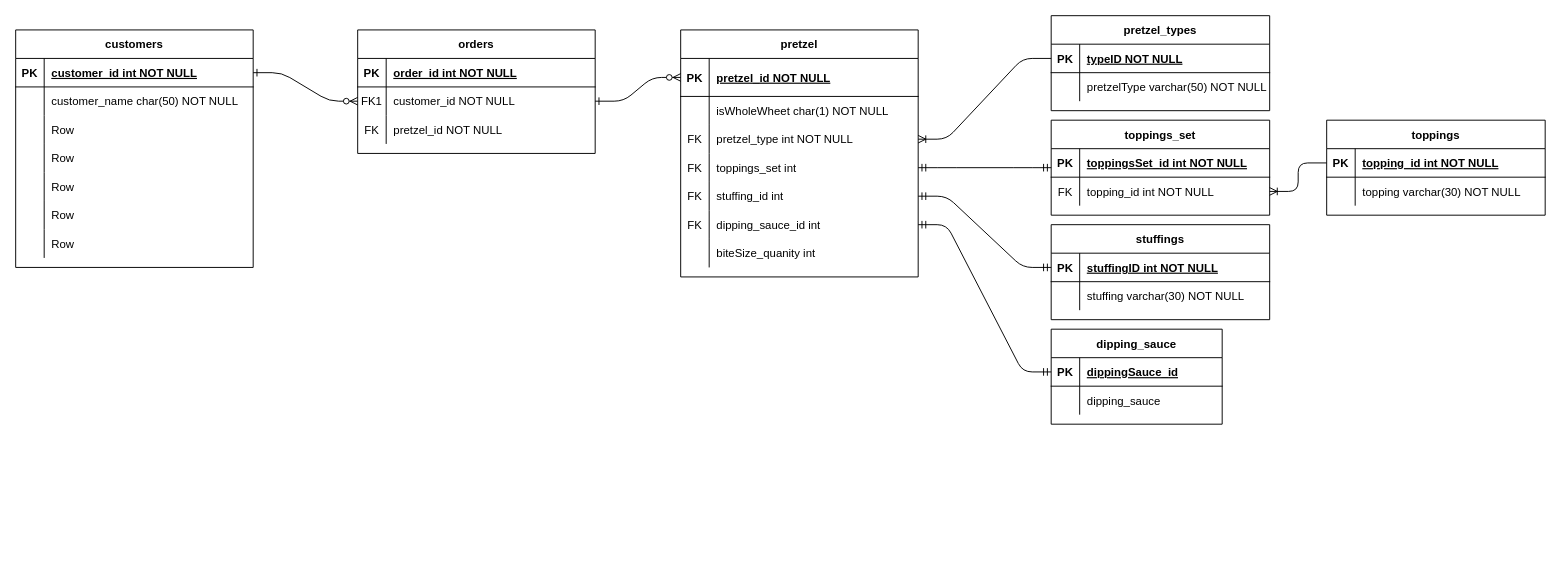
PaulB-GreenRiv/pretzels keeps this draw.io diagram as Untitled Diagram.drawio. Above is the earlier version. Source tidied: cells renumbered, new cells numbered last; positions are measured from the earlier drawing's top-left corner, leaving out a move shared by most shapes. Both pictures are drawn from the tidied source at 95%, with x=0, y=0 at pixel (15, 15).
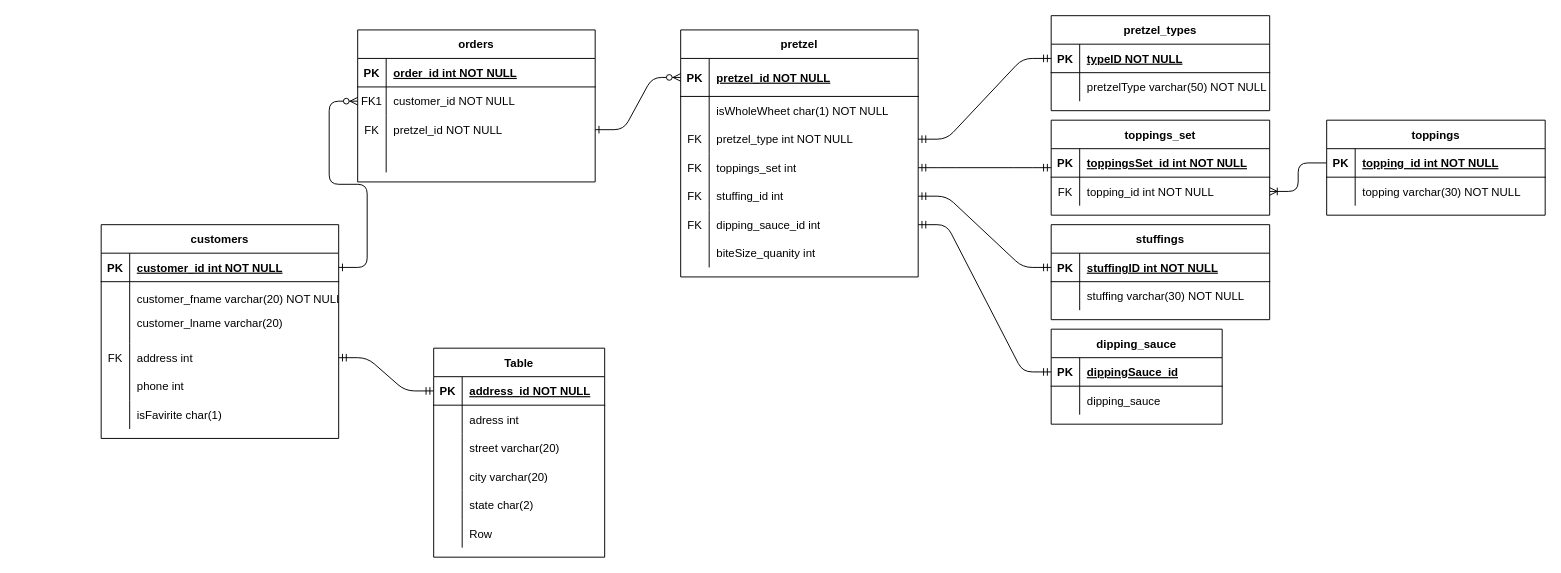
The same page after the edit.

Unchanged cells that the change refers to:
```xml
<mxCell id="8" style="shape=partialRectangle;fillColor=none;points=[[0,0.5],[1,0.5]];portConstraint=eastwest;top=0;left=0;right=0;bottom=0;" parent="4" vertex="1">
  <mxGeometry y="60" width="250" height="30" as="geometry" />
</mxCell>
<mxCell id="11" style="shape=partialRectangle;fillColor=none;points=[[0,0.5],[1,0.5]];portConstraint=eastwest;top=0;left=0;right=0;bottom=0;" parent="4" vertex="1">
  <mxGeometry y="90" width="250" height="30" as="geometry" />
</mxCell>
<mxCell id="15" style="shape=partialRectangle;fillColor=none;points=[[0,0.5],[1,0.5]];portConstraint=eastwest;top=0;left=0;right=0;bottom=1;" parent="14" vertex="1">
  <mxGeometry y="30" width="250" height="40" as="geometry" />
</mxCell>
<mxCell id="21" style="shape=partialRectangle;fillColor=none;points=[[0,0.5],[1,0.5]];portConstraint=eastwest;top=0;left=0;right=0;bottom=0;" parent="14" vertex="1">
  <mxGeometry y="100" width="250" height="30" as="geometry" />
</mxCell>
<mxCell id="59" style="shape=partialRectangle;fillColor=none;top=0;left=0;bottom=1;right=0;points=[[0,0.5],[1,0.5]];portConstraint=eastwest;" parent="58" vertex="1">
  <mxGeometry y="30" width="230" height="30" as="geometry" />
</mxCell>
```

The edit, as a diff of the source:
```diff
@@
-    <mxCell id="3" style="edgeStyle=entityRelationEdgeStyle;endArrow=ERzeroToMany;startArrow=ERone;endFill=1;startFill=0;" parent="1" edge="1" source="8" target="15">
+    <mxCell id="3" style="edgeStyle=entityRelationEdgeStyle;endArrow=ERzeroToMany;startArrow=ERone;endFill=1;startFill=0;" parent="1" edge="1" source="11" target="15">
       <mxGeometry relative="1" as="geometry" />
     </mxCell>
     <mxCell id="4" value="orders" style="shape=table;startSize=30;childLayout=tableLayout;rowLines=0;fontStyle=1;align=center;" parent="1" vertex="1">
-      <mxGeometry x="360" y="15" width="250" height="130" as="geometry" />
+      <mxGeometry x="360" y="15" width="250" height="160" as="geometry" />
     </mxCell>
@@
+    <mxCell id="98" style="shape=partialRectangle;fillColor=none;top=0;left=0;bottom=0;right=0;" parent="4" vertex="1">
+      <mxGeometry y="120" width="250" height="30" as="geometry" />
+    </mxCell>
+    <mxCell id="99" style="shape=partialRectangle;fillColor=none;top=0;left=0;bottom=0;right=0;overflow=hidden;" parent="98" vertex="1">
+      <mxGeometry width="30" height="30" as="geometry" />
+    </mxCell>
+    <mxCell id="100" style="shape=partialRectangle;fillColor=none;top=0;left=0;bottom=0;right=0;align=left;spacingLeft=6;overflow=hidden;" parent="98" vertex="1">
+      <mxGeometry x="30" width="220" height="30" as="geometry" />
+    </mxCell>
@@
     <mxCell id="36" value="customers" style="shape=table;startSize=30;childLayout=tableLayout;rowLines=0;fontStyle=1;align=center;" parent="1" vertex="1">
-      <mxGeometry y="15" width="250" height="250" as="geometry" />
+      <mxGeometry x="90" y="220" width="250" height="225" as="geometry" />
     </mxCell>
@@
     <mxCell id="40" style="shape=partialRectangle;fillColor=none;top=0;left=0;right=0;bottom=0;" parent="36" vertex="1">
-      <mxGeometry y="60" width="250" height="30" as="geometry" />
+      <mxGeometry y="60" width="250" height="35" as="geometry" />
     </mxCell>
     <mxCell id="41" style="shape=partialRectangle;overflow=hidden;fillColor=none;top=0;left=0;bottom=0;right=0;" parent="40" vertex="1">
-      <mxGeometry width="30" height="30" as="geometry" />
+      <mxGeometry width="30" height="35" as="geometry" />
     </mxCell>
-    <mxCell id="42" value="customer_name char(50) NOT NULL" style="shape=partialRectangle;overflow=hidden;fillColor=none;top=0;left=0;bottom=0;right=0;align=left;spacingLeft=6;" parent="40" vertex="1">
-      <mxGeometry x="30" width="220" height="30" as="geometry" />
+    <mxCell id="42" value="customer_fname varchar(20) NOT NULL" style="shape=partialRectangle;overflow=hidden;fillColor=none;top=0;left=0;bottom=0;right=0;align=left;spacingLeft=6;" parent="40" vertex="1">
+      <mxGeometry x="30" width="220" height="35" as="geometry" />
     </mxCell>
     <mxCell id="43" style="shape=partialRectangle;fillColor=none;top=0;left=0;bottom=0;right=0;" parent="36" vertex="1">
-      <mxGeometry y="90" width="250" height="30" as="geometry" />
+      <mxGeometry y="95" width="250" height="30" as="geometry" />
     </mxCell>
@@
-    <mxCell id="45" value="Row" style="shape=partialRectangle;fillColor=none;top=0;left=0;bottom=0;right=0;align=left;spacingLeft=6;overflow=hidden;" parent="43" vertex="1">
+    <mxCell id="45" value="customer_lname varchar(20)&#10; " style="shape=partialRectangle;fillColor=none;top=0;left=0;bottom=0;right=0;align=left;spacingLeft=6;overflow=hidden;" parent="43" vertex="1">
       <mxGeometry x="30" width="220" height="30" as="geometry" />
     </mxCell>
     <mxCell id="46" style="shape=partialRectangle;fillColor=none;top=0;left=0;bottom=0;right=0;points=[[0,0.5],[1,0.5]];portConstraint=eastwest;" parent="36" vertex="1">
-      <mxGeometry y="120" width="250" height="30" as="geometry" />
+      <mxGeometry y="125" width="250" height="30" as="geometry" />
     </mxCell>
-    <mxCell id="47" style="shape=partialRectangle;fillColor=none;top=0;left=0;bottom=0;right=0;overflow=hidden;" parent="46" vertex="1">
+    <mxCell id="47" value="FK" style="shape=partialRectangle;fillColor=none;top=0;left=0;bottom=0;right=0;overflow=hidden;" parent="46" vertex="1">
       <mxGeometry width="30" height="30" as="geometry" />
     </mxCell>
-    <mxCell id="48" value="Row" style="shape=partialRectangle;fillColor=none;top=0;left=0;bottom=0;right=0;align=left;spacingLeft=6;overflow=hidden;" parent="46" vertex="1">
+    <mxCell id="48" value="address int" style="shape=partialRectangle;fillColor=none;top=0;left=0;bottom=0;right=0;align=left;spacingLeft=6;overflow=hidden;" parent="46" vertex="1">
       <mxGeometry x="30" width="220" height="30" as="geometry" />
     </mxCell>
     <mxCell id="49" style="shape=partialRectangle;fillColor=none;top=0;left=0;bottom=0;right=0;" parent="36" vertex="1">
-      <mxGeometry y="150" width="250" height="30" as="geometry" />
+      <mxGeometry y="155" width="250" height="30" as="geometry" />
     </mxCell>
@@
-    <mxCell id="51" value="Row" style="shape=partialRectangle;fillColor=none;top=0;left=0;bottom=0;right=0;align=left;spacingLeft=6;overflow=hidden;" parent="49" vertex="1">
+    <mxCell id="51" value="phone int" style="shape=partialRectangle;fillColor=none;top=0;left=0;bottom=0;right=0;align=left;spacingLeft=6;overflow=hidden;" parent="49" vertex="1">
       <mxGeometry x="30" width="220" height="30" as="geometry" />
     </mxCell>
     <mxCell id="52" style="shape=partialRectangle;fillColor=none;top=0;left=0;bottom=0;right=0;" parent="36" vertex="1">
-      <mxGeometry y="180" width="250" height="30" as="geometry" />
+      <mxGeometry y="185" width="250" height="30" as="geometry" />
     </mxCell>
@@
-    <mxCell id="54" value="Row" style="shape=partialRectangle;fillColor=none;top=0;left=0;bottom=0;right=0;align=left;spacingLeft=6;overflow=hidden;" parent="52" vertex="1">
+    <mxCell id="54" value="isFavirite char(1)" style="shape=partialRectangle;fillColor=none;top=0;left=0;bottom=0;right=0;align=left;spacingLeft=6;overflow=hidden;" parent="52" vertex="1">
       <mxGeometry x="30" width="220" height="30" as="geometry" />
     </mxCell>
-    <mxCell id="55" style="shape=partialRectangle;fillColor=none;top=0;left=0;bottom=0;right=0;" parent="36" vertex="1">
-      <mxGeometry y="210" width="250" height="30" as="geometry" />
-    </mxCell>
-    <mxCell id="56" style="shape=partialRectangle;fillColor=none;top=0;left=0;bottom=0;right=0;overflow=hidden;" parent="55" vertex="1">
-      <mxGeometry width="30" height="30" as="geometry" />
-    </mxCell>
-    <mxCell id="57" value="Row" style="shape=partialRectangle;fillColor=none;top=0;left=0;bottom=0;right=0;align=left;spacingLeft=6;overflow=hidden;" parent="55" vertex="1">
-      <mxGeometry x="30" width="220" height="30" as="geometry" />
-    </mxCell>
@@
-    <mxCell id="65" style="edgeStyle=entityRelationEdgeStyle;fontSize=12;html=1;endArrow=ERoneToMany;" parent="1" edge="1" source="59" target="21">
-      <mxGeometry relative="1" as="geometry" />
-    </mxCell>
@@
+    <mxCell id="101" value="Table" style="shape=table;startSize=30;childLayout=tableLayout;rowLines=0;fontStyle=1;align=center;" parent="1" vertex="1">
+      <mxGeometry x="440" y="350" width="180" height="220" as="geometry" />
+    </mxCell>
+    <mxCell id="102" style="shape=partialRectangle;fillColor=none;top=0;left=0;bottom=1;right=0;points=[[0,0.5],[1,0.5]];portConstraint=eastwest;" parent="101" vertex="1">
+      <mxGeometry y="30" width="180" height="30" as="geometry" />
+    </mxCell>
+    <mxCell id="103" value="PK" style="shape=partialRectangle;fillColor=none;top=0;left=0;bottom=0;right=0;fontStyle=1;overflow=hidden;" parent="102" vertex="1">
+      <mxGeometry width="30" height="30" as="geometry" />
+    </mxCell>
+    <mxCell id="104" value="address_id NOT NULL" style="shape=partialRectangle;fillColor=none;top=0;left=0;bottom=0;right=0;align=left;spacingLeft=6;fontStyle=5;overflow=hidden;" parent="102" vertex="1">
+      <mxGeometry x="30" width="150" height="30" as="geometry" />
+    </mxCell>
+    <mxCell id="105" style="shape=partialRectangle;fillColor=none;top=0;left=0;bottom=0;right=0;" parent="101" vertex="1">
+      <mxGeometry y="60" width="180" height="30" as="geometry" />
+    </mxCell>
+    <mxCell id="106" style="shape=partialRectangle;fillColor=none;top=0;left=0;bottom=0;right=0;overflow=hidden;" parent="105" vertex="1">
+      <mxGeometry width="30" height="30" as="geometry" />
+    </mxCell>
+    <mxCell id="107" value="adress int" style="shape=partialRectangle;fillColor=none;top=0;left=0;bottom=0;right=0;align=left;spacingLeft=6;overflow=hidden;" parent="105" vertex="1">
+      <mxGeometry x="30" width="150" height="30" as="geometry" />
+    </mxCell>
+    <mxCell id="108" style="shape=partialRectangle;fillColor=none;top=0;left=0;bottom=0;right=0;" parent="101" vertex="1">
+      <mxGeometry y="90" width="180" height="30" as="geometry" />
+    </mxCell>
+    <mxCell id="109" style="shape=partialRectangle;fillColor=none;top=0;left=0;bottom=0;right=0;overflow=hidden;" parent="108" vertex="1">
+      <mxGeometry width="30" height="30" as="geometry" />
+    </mxCell>
+    <mxCell id="110" value="street varchar(20)" style="shape=partialRectangle;fillColor=none;top=0;left=0;bottom=0;right=0;align=left;spacingLeft=6;overflow=hidden;" parent="108" vertex="1">
+      <mxGeometry x="30" width="150" height="30" as="geometry" />
+    </mxCell>
+    <mxCell id="111" style="shape=partialRectangle;fillColor=none;top=0;left=0;bottom=0;right=0;" parent="101" vertex="1">
+      <mxGeometry y="120" width="180" height="30" as="geometry" />
+    </mxCell>
+    <mxCell id="112" style="shape=partialRectangle;fillColor=none;top=0;left=0;bottom=0;right=0;overflow=hidden;" parent="111" vertex="1">
+      <mxGeometry width="30" height="30" as="geometry" />
+    </mxCell>
+    <mxCell id="113" value="city varchar(20)" style="shape=partialRectangle;fillColor=none;top=0;left=0;bottom=0;right=0;align=left;spacingLeft=6;overflow=hidden;" parent="111" vertex="1">
+      <mxGeometry x="30" width="150" height="30" as="geometry" />
+    </mxCell>
+    <mxCell id="114" style="shape=partialRectangle;fillColor=none;top=0;left=0;bottom=0;right=0;" parent="101" vertex="1">
+      <mxGeometry y="150" width="180" height="30" as="geometry" />
+    </mxCell>
+    <mxCell id="115" style="shape=partialRectangle;fillColor=none;top=0;left=0;bottom=0;right=0;overflow=hidden;" parent="114" vertex="1">
+      <mxGeometry width="30" height="30" as="geometry" />
+    </mxCell>
+    <mxCell id="116" value="state char(2)" style="shape=partialRectangle;fillColor=none;top=0;left=0;bottom=0;right=0;align=left;spacingLeft=6;overflow=hidden;" parent="114" vertex="1">
+      <mxGeometry x="30" width="150" height="30" as="geometry" />
+    </mxCell>
+    <mxCell id="117" style="shape=partialRectangle;fillColor=none;top=0;left=0;bottom=0;right=0;" parent="101" vertex="1">
+      <mxGeometry y="180" width="180" height="30" as="geometry" />
+    </mxCell>
+    <mxCell id="118" style="shape=partialRectangle;fillColor=none;top=0;left=0;bottom=0;right=0;overflow=hidden;" parent="117" vertex="1">
+      <mxGeometry width="30" height="30" as="geometry" />
+    </mxCell>
+    <mxCell id="57" value="Row" style="shape=partialRectangle;fillColor=none;top=0;left=0;bottom=0;right=0;align=left;spacingLeft=6;overflow=hidden;" parent="117" vertex="1">
+      <mxGeometry x="30" width="150" height="30" as="geometry" />
+    </mxCell>
+    <mxCell id="119" style="edgeStyle=entityRelationEdgeStyle;fontSize=12;html=1;endArrow=ERmandOne;startArrow=ERmandOne;" parent="1" edge="1" source="102" target="46">
+      <mxGeometry relative="1" as="geometry" />
+    </mxCell>
+    <mxCell id="120" style="edgeStyle=entityRelationEdgeStyle;fontSize=12;html=1;endArrow=ERmandOne;startArrow=ERmandOne;" parent="1" edge="1" source="21" target="59">
+      <mxGeometry relative="1" as="geometry" />
+    </mxCell>
```
